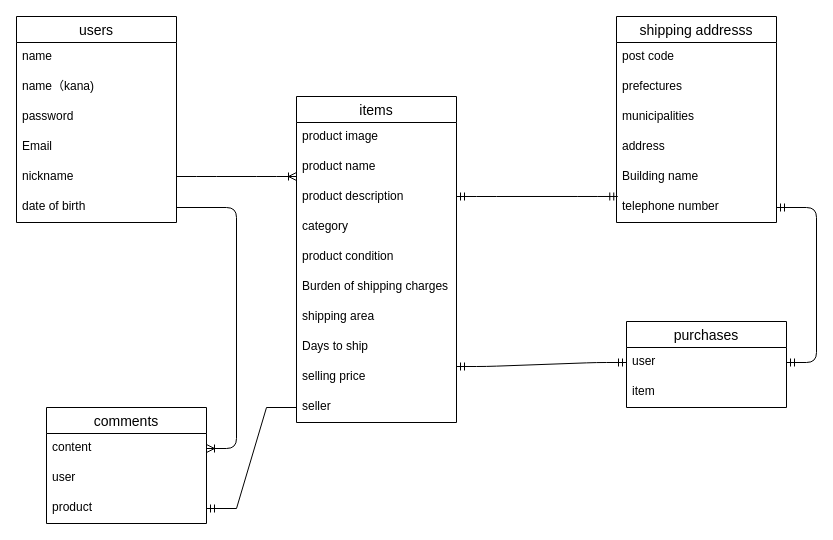
Earlier version of the draw.io diagram test.dio (pusann/furima-37365). Source tidied: cells renumbered, new cells numbered last; positions are measured from the earlier drawing's top-left corner, leaving out a move shared by most shapes. Both pictures are drawn from the tidied source at 100%, with x=0, y=0 at pixel (16, 16).
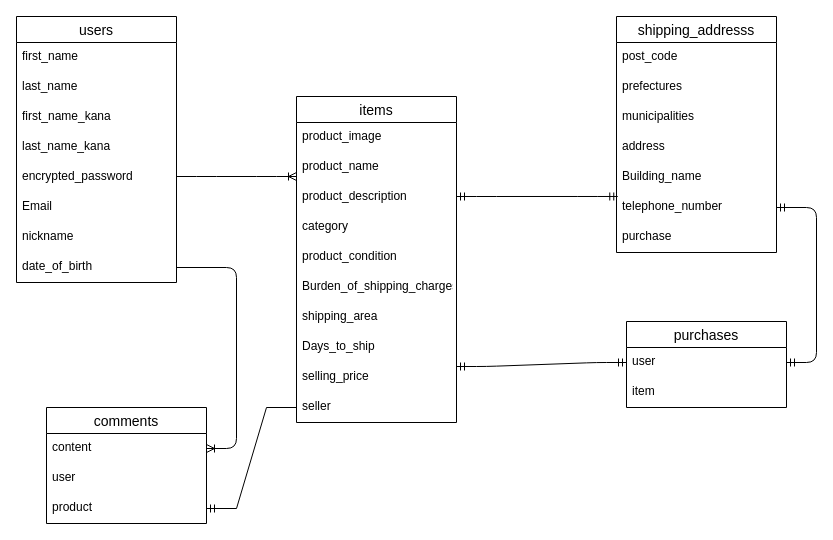
The same diagram, later.

The change refers to these unchanged cells:
```xml
<mxCell id="2" value="items" style="swimlane;fontStyle=0;horizontal=1;startSize=26;align=center;fontSize=14;" parent="1" vertex="1">
  <mxGeometry x="280" y="80" width="160" height="326" as="geometry" />
</mxCell>
```

The edit, as a diff of the source:
```diff
@@
-    <mxCell id="3" value="product image" style="text;strokeColor=none;fillColor=none;spacingLeft=4;spacingRight=4;overflow=hidden;fontSize=12;" parent="2" vertex="1">
+    <mxCell id="3" value="product_image" style="text;strokeColor=none;fillColor=none;spacingLeft=4;spacingRight=4;overflow=hidden;fontSize=12;" parent="2" vertex="1">
       <mxGeometry y="26" width="160" height="30" as="geometry" />
     </mxCell>
-    <mxCell id="4" value="product name" style="text;strokeColor=none;fillColor=none;spacingLeft=4;spacingRight=4;overflow=hidden;fontSize=12;" parent="2" vertex="1">
+    <mxCell id="4" value="product_name" style="text;strokeColor=none;fillColor=none;spacingLeft=4;spacingRight=4;overflow=hidden;fontSize=12;" parent="2" vertex="1">
       <mxGeometry y="56" width="160" height="30" as="geometry" />
     </mxCell>
-    <mxCell id="5" value="product description" style="text;strokeColor=none;fillColor=none;spacingLeft=4;spacingRight=4;overflow=hidden;fontSize=12;" parent="2" vertex="1">
+    <mxCell id="5" value="product_description" style="text;strokeColor=none;fillColor=none;spacingLeft=4;spacingRight=4;overflow=hidden;fontSize=12;" parent="2" vertex="1">
       <mxGeometry y="86" width="160" height="30" as="geometry" />
     </mxCell>
@@
-    <mxCell id="7" value="product condition" style="text;strokeColor=none;fillColor=none;spacingLeft=4;spacingRight=4;overflow=hidden;fontSize=12;" parent="2" vertex="1">
+    <mxCell id="7" value="product_condition" style="text;strokeColor=none;fillColor=none;spacingLeft=4;spacingRight=4;overflow=hidden;fontSize=12;" parent="2" vertex="1">
       <mxGeometry y="146" width="160" height="30" as="geometry" />
     </mxCell>
-    <mxCell id="8" value="Burden of shipping charges" style="text;strokeColor=none;fillColor=none;spacingLeft=4;spacingRight=4;overflow=hidden;fontSize=12;" parent="2" vertex="1">
+    <mxCell id="8" value="Burden_of_shipping_charges" style="text;strokeColor=none;fillColor=none;spacingLeft=4;spacingRight=4;overflow=hidden;fontSize=12;" parent="2" vertex="1">
       <mxGeometry y="176" width="160" height="30" as="geometry" />
     </mxCell>
-    <mxCell id="9" value="shipping area" style="text;strokeColor=none;fillColor=none;spacingLeft=4;spacingRight=4;overflow=hidden;fontSize=12;" parent="2" vertex="1">
+    <mxCell id="9" value="shipping_area" style="text;strokeColor=none;fillColor=none;spacingLeft=4;spacingRight=4;overflow=hidden;fontSize=12;" parent="2" vertex="1">
       <mxGeometry y="206" width="160" height="30" as="geometry" />
     </mxCell>
-    <mxCell id="10" value="Days to ship" style="text;strokeColor=none;fillColor=none;spacingLeft=4;spacingRight=4;overflow=hidden;fontSize=12;" parent="2" vertex="1">
+    <mxCell id="10" value="Days_to_ship" style="text;strokeColor=none;fillColor=none;spacingLeft=4;spacingRight=4;overflow=hidden;fontSize=12;" parent="2" vertex="1">
       <mxGeometry y="236" width="160" height="30" as="geometry" />
     </mxCell>
-    <mxCell id="11" value="selling price" style="text;strokeColor=none;fillColor=none;spacingLeft=4;spacingRight=4;overflow=hidden;fontSize=12;" parent="2" vertex="1">
+    <mxCell id="11" value="selling_price" style="text;strokeColor=none;fillColor=none;spacingLeft=4;spacingRight=4;overflow=hidden;fontSize=12;" parent="2" vertex="1">
       <mxGeometry y="266" width="160" height="30" as="geometry" />
     </mxCell>
@@
     <mxCell id="13" value="users" style="swimlane;fontStyle=0;horizontal=1;startSize=26;align=center;fontSize=14;rounded=0;" parent="1" vertex="1">
-      <mxGeometry width="160" height="206" as="geometry" />
+      <mxGeometry width="160" height="266" as="geometry" />
     </mxCell>
-    <mxCell id="14" value="name" style="text;strokeColor=none;fillColor=none;spacingLeft=4;spacingRight=4;overflow=hidden;fontSize=12;" parent="13" vertex="1">
+    <mxCell id="14" value="first_name" style="text;strokeColor=none;fillColor=none;spacingLeft=4;spacingRight=4;overflow=hidden;fontSize=12;" parent="13" vertex="1">
       <mxGeometry y="26" width="160" height="30" as="geometry" />
     </mxCell>
-    <mxCell id="15" value="name（kana)　" style="text;strokeColor=none;fillColor=none;spacingLeft=4;spacingRight=4;overflow=hidden;fontSize=12;" parent="13" vertex="1">
+    <mxCell id="15" value="last_name" style="text;strokeColor=none;fillColor=none;spacingLeft=4;spacingRight=4;overflow=hidden;fontSize=12;" parent="13" vertex="1">
       <mxGeometry y="56" width="160" height="30" as="geometry" />
     </mxCell>
+    <mxCell id="40" value="first_name_kana" style="text;strokeColor=none;fillColor=none;spacingLeft=4;spacingRight=4;overflow=hidden;fontSize=12;" parent="13" vertex="1">
+      <mxGeometry y="86" width="160" height="30" as="geometry" />
+    </mxCell>
+    <mxCell id="41" value="last_name_kana" style="text;strokeColor=none;fillColor=none;spacingLeft=4;spacingRight=4;overflow=hidden;fontSize=12;" parent="13" vertex="1">
+      <mxGeometry y="116" width="160" height="30" as="geometry" />
+    </mxCell>
-    <mxCell id="16" value="password" style="text;strokeColor=none;fillColor=none;spacingLeft=4;spacingRight=4;overflow=hidden;fontSize=12;" parent="13" vertex="1">
-      <mxGeometry y="86" width="160" height="30" as="geometry" />
+    <mxCell id="16" value="encrypted_password" style="text;strokeColor=none;fillColor=none;spacingLeft=4;spacingRight=4;overflow=hidden;fontSize=12;" parent="13" vertex="1">
+      <mxGeometry y="146" width="160" height="30" as="geometry" />
     </mxCell>
     <mxCell id="17" value="Email" style="text;strokeColor=none;fillColor=none;spacingLeft=4;spacingRight=4;overflow=hidden;fontSize=12;" parent="13" vertex="1">
-      <mxGeometry y="116" width="160" height="30" as="geometry" />
+      <mxGeometry y="176" width="160" height="30" as="geometry" />
     </mxCell>
     <mxCell id="18" value="nickname" style="text;strokeColor=none;fillColor=none;spacingLeft=4;spacingRight=4;overflow=hidden;fontSize=12;" parent="13" vertex="1">
-      <mxGeometry y="146" width="160" height="30" as="geometry" />
+      <mxGeometry y="206" width="160" height="30" as="geometry" />
     </mxCell>
-    <mxCell id="19" value="date of birth" style="text;strokeColor=none;fillColor=none;spacingLeft=4;spacingRight=4;overflow=hidden;points=[[0,0.5],[1,0.5]];portConstraint=eastwest;fontSize=12;" parent="13" vertex="1">
-      <mxGeometry y="176" width="160" height="30" as="geometry" />
+    <mxCell id="19" value="date_of_birth" style="text;strokeColor=none;fillColor=none;spacingLeft=4;spacingRight=4;overflow=hidden;points=[[0,0.5],[1,0.5]];portConstraint=eastwest;fontSize=12;" parent="13" vertex="1">
+      <mxGeometry y="236" width="160" height="30" as="geometry" />
     </mxCell>
@@
-    <mxCell id="23" value="shipping addresss" style="swimlane;fontStyle=0;horizontal=1;startSize=26;align=center;fontSize=14;rounded=0;" parent="1" vertex="1">
-      <mxGeometry x="600" width="160" height="206" as="geometry" />
+    <mxCell id="23" value="shipping_addresss" style="swimlane;fontStyle=0;horizontal=1;startSize=26;align=center;fontSize=14;rounded=0;" parent="1" vertex="1">
+      <mxGeometry x="600" width="160" height="236" as="geometry" />
     </mxCell>
-    <mxCell id="24" value="post code" style="text;strokeColor=none;fillColor=none;spacingLeft=4;spacingRight=4;overflow=hidden;fontSize=12;" parent="23" vertex="1">
+    <mxCell id="24" value="post_code" style="text;strokeColor=none;fillColor=none;spacingLeft=4;spacingRight=4;overflow=hidden;fontSize=12;" parent="23" vertex="1">
       <mxGeometry y="26" width="160" height="30" as="geometry" />
     </mxCell>
@@
-    <mxCell id="28" value="Building name" style="text;strokeColor=none;fillColor=none;spacingLeft=4;spacingRight=4;overflow=hidden;fontSize=12;" parent="23" vertex="1">
+    <mxCell id="28" value="Building_name" style="text;strokeColor=none;fillColor=none;spacingLeft=4;spacingRight=4;overflow=hidden;fontSize=12;" parent="23" vertex="1">
       <mxGeometry y="146" width="160" height="30" as="geometry" />
     </mxCell>
-    <mxCell id="29" value="telephone number" style="text;strokeColor=none;fillColor=none;spacingLeft=4;spacingRight=4;overflow=hidden;points=[[0,0.5],[1,0.5]];portConstraint=eastwest;fontSize=12;" parent="23" vertex="1">
+    <mxCell id="29" value="telephone_number" style="text;strokeColor=none;fillColor=none;spacingLeft=4;spacingRight=4;overflow=hidden;points=[[0,0.5],[1,0.5]];portConstraint=eastwest;fontSize=12;" parent="23" vertex="1">
       <mxGeometry y="176" width="160" height="30" as="geometry" />
     </mxCell>
+    <mxCell id="42" value="purchase " style="text;strokeColor=none;fillColor=none;spacingLeft=4;spacingRight=4;overflow=hidden;fontSize=12;" parent="23" vertex="1">
+      <mxGeometry y="206" width="160" height="30" as="geometry" />
+    </mxCell>
```
